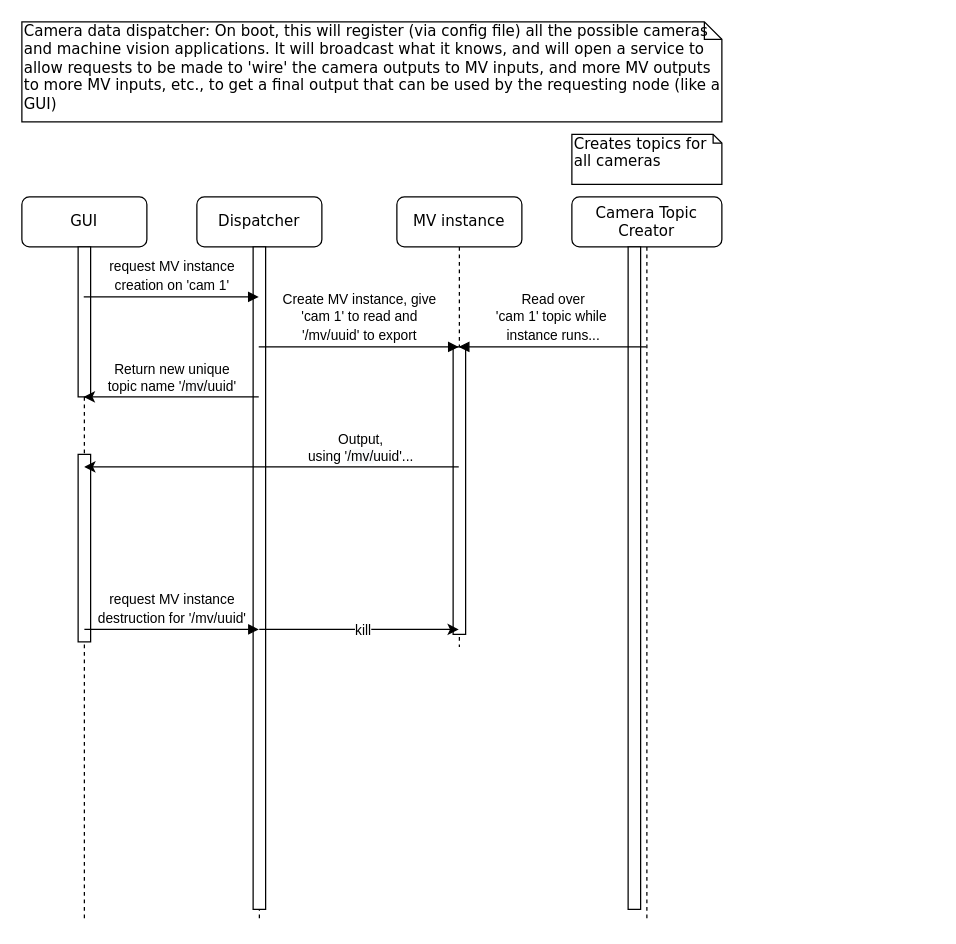
The draw.io diagram page "SINGLE INSTANCE" (1 of 2) of cameras/camera_data_dispatcher.drawio in CuUwrRobotics/planning, before the edit. Source tidied: cells renumbered, new cells numbered last; positions are measured from the earlier drawing's top-left corner, leaving out a move shared by most shapes. Both pictures are drawn from the tidied source at 125%, with x=0, y=0 at pixel (21, 21).
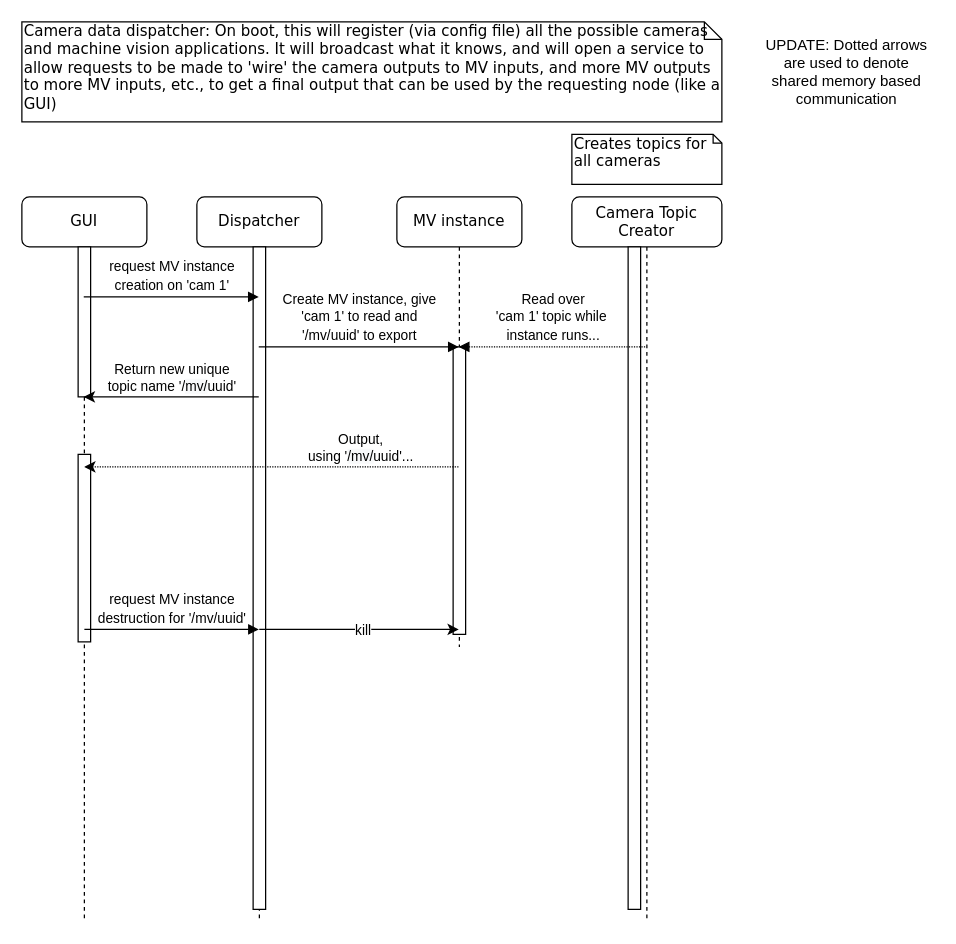
The same page after the edit.

Commit message (it also covers changes not shown here):
updates to camera communication plan

The change refers to these unchanged cells:
```xml
<mxCell id="4" value="MV instance" style="shape=umlLifeline;perimeter=lifelinePerimeter;whiteSpace=wrap;html=1;outlineConnect=0;rounded=1;shadow=0;comic=0;labelBackgroundColor=none;strokeWidth=1;fontFamily=Verdana;fontSize=12;align=center;" parent="1" vertex="1">
  <mxGeometry x="300" y="140" width="100" height="360" as="geometry" />
</mxCell>
<mxCell id="6" value="Camera Topic Creator" style="shape=umlLifeline;perimeter=lifelinePerimeter;whiteSpace=wrap;html=1;outlineConnect=0;rounded=1;shadow=0;comic=0;labelBackgroundColor=none;strokeWidth=1;fontFamily=Verdana;fontSize=12;align=center;" parent="1" vertex="1">
  <mxGeometry x="440" y="140" width="120" height="580" as="geometry" />
</mxCell>
```

Diff of the diagram source:
```diff
@@
-    <mxCell id="11" value="&lt;font style=&quot;font-size: 11px&quot; face=&quot;Helvetica&quot;&gt;Read over&lt;br&gt;'cam 1' topic while&amp;nbsp;&lt;br&gt;instance runs...&lt;/font&gt;" style="html=1;verticalAlign=bottom;endArrow=none;labelBackgroundColor=none;fontFamily=Verdana;fontSize=12;edgeStyle=elbowEdgeStyle;elbow=vertical;startArrow=block;startFill=1;endFill=0;" parent="1" edge="1" source="4" target="6">
+    <mxCell id="11" value="&lt;font style=&quot;font-size: 11px&quot; face=&quot;Helvetica&quot;&gt;Read over&lt;br&gt;'cam 1' topic while&amp;nbsp;&lt;br&gt;instance runs...&lt;/font&gt;" style="html=1;verticalAlign=bottom;endArrow=none;labelBackgroundColor=none;fontFamily=Verdana;fontSize=12;edgeStyle=elbowEdgeStyle;elbow=vertical;startArrow=block;startFill=1;endFill=0;dashed=1;dashPattern=1 1;" parent="1" edge="1" source="4" target="6">
       <mxGeometry relative="1" as="geometry">
         <Array as="points">
           <mxPoint x="410" y="260" />
           <mxPoint x="360" y="326" />
         </Array>
       </mxGeometry>
     </mxCell>
@@
-    <mxCell id="18" style="endArrow=none;startArrow=classic;html=1;endFill=0;" parent="1" edge="1">
+    <mxCell id="18" style="endArrow=none;startArrow=classic;html=1;endFill=0;dashed=1;dashPattern=1 1;" parent="1" edge="1">
       <mxGeometry relative="1" as="geometry">
         <mxPoint x="49.9" y="356" as="sourcePoint" />
         <mxPoint x="349.5" y="356" as="targetPoint" />
         <Array as="points">
           <mxPoint x="270" y="356" />
         </Array>
       </mxGeometry>
     </mxCell>
@@
+    <mxCell id="23" value="UPDATE: Dotted arrows are used to denote shared memory based communication" style="text;html=1;strokeColor=none;fillColor=none;align=center;verticalAlign=middle;whiteSpace=wrap;rounded=0;" parent="1" vertex="1">
+      <mxGeometry x="590" y="5" width="140" height="70" as="geometry" />
+    </mxCell>
```
